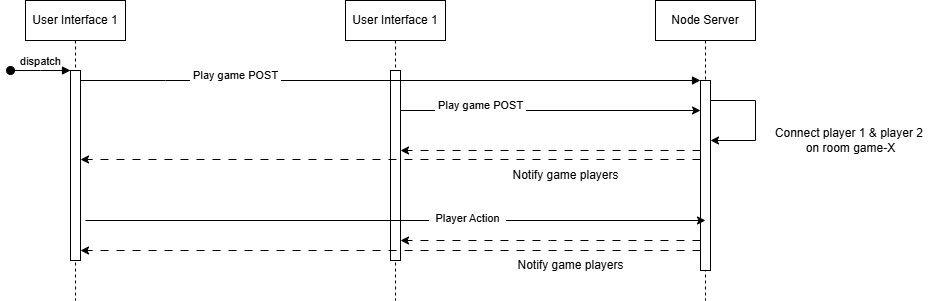
Before: game-schema.drawio.png, a diagram exported from draw.io (theoahga/asi-csbm-2). Source tidied: cells renumbered, new cells last; positions are measured from the earlier drawing's top-left corner, leaving out a move shared by most shapes. Source of this version:
```xml
<mxGraphModel>
  <root>
    <mxCell id="0" />
    <mxCell id="1" parent="0" />
    <mxCell id="2" value="User Interface 1" style="shape=umlLifeline;perimeter=lifelinePerimeter;whiteSpace=wrap;html=1;newEdgeStyle={&quot;edgeStyle&quot;:&quot;elbowEdgeStyle&quot;,&quot;elbow&quot;:&quot;vertical&quot;,&quot;curved&quot;:0,&quot;rounded&quot;:0};" parent="1" vertex="1">
      <mxGeometry x="335" width="100" height="300" as="geometry" />
    </mxCell>
    <mxCell id="3" style="html=1;points=[];perimeter=orthogonalPerimeter;outlineConnect=0;targetShapes=umlLifeline;portConstraint=eastwest;newEdgeStyle={&quot;edgeStyle&quot;:&quot;elbowEdgeStyle&quot;,&quot;elbow&quot;:&quot;vertical&quot;,&quot;curved&quot;:0,&quot;rounded&quot;:0};" parent="2" vertex="1">
      <mxGeometry x="45" y="70" width="10" height="190" as="geometry" />
    </mxCell>
    <mxCell id="4" value="User Interface 1" style="shape=umlLifeline;perimeter=lifelinePerimeter;whiteSpace=wrap;html=1;newEdgeStyle={&quot;edgeStyle&quot;:&quot;elbowEdgeStyle&quot;,&quot;elbow&quot;:&quot;vertical&quot;,&quot;curved&quot;:0,&quot;rounded&quot;:0};" parent="1" vertex="1">
      <mxGeometry x="15" width="100" height="300" as="geometry" />
    </mxCell>
    <mxCell id="5" style="html=1;points=[];perimeter=orthogonalPerimeter;outlineConnect=0;targetShapes=umlLifeline;portConstraint=eastwest;newEdgeStyle={&quot;edgeStyle&quot;:&quot;elbowEdgeStyle&quot;,&quot;elbow&quot;:&quot;vertical&quot;,&quot;curved&quot;:0,&quot;rounded&quot;:0};" parent="4" vertex="1">
      <mxGeometry x="45" y="70" width="10" height="190" as="geometry" />
    </mxCell>
    <mxCell id="6" value="dispatch" style="html=1;verticalAlign=bottom;startArrow=oval;endArrow=block;startSize=8;edgeStyle=elbowEdgeStyle;elbow=vertical;curved=0;rounded=0;" parent="4" edge="1" target="5">
      <mxGeometry relative="1" as="geometry">
        <mxPoint x="-15" y="70" as="sourcePoint" />
      </mxGeometry>
    </mxCell>
    <mxCell id="7" value="Node Server" style="shape=umlLifeline;perimeter=lifelinePerimeter;whiteSpace=wrap;html=1;newEdgeStyle={&quot;edgeStyle&quot;:&quot;elbowEdgeStyle&quot;,&quot;elbow&quot;:&quot;vertical&quot;,&quot;curved&quot;:0,&quot;rounded&quot;:0};" parent="1" vertex="1">
      <mxGeometry x="645" width="100" height="300" as="geometry" />
    </mxCell>
    <mxCell id="8" style="html=1;points=[];perimeter=orthogonalPerimeter;outlineConnect=0;targetShapes=umlLifeline;portConstraint=eastwest;newEdgeStyle={&quot;edgeStyle&quot;:&quot;elbowEdgeStyle&quot;,&quot;elbow&quot;:&quot;vertical&quot;,&quot;curved&quot;:0,&quot;rounded&quot;:0};" parent="7" vertex="1">
      <mxGeometry x="45" y="80" width="10" height="190" as="geometry" />
    </mxCell>
    <mxCell id="9" style="endArrow=classic;html=1;rounded=0;" parent="7" edge="1">
      <mxGeometry relative="1" as="geometry">
        <mxPoint x="55" y="100" as="sourcePoint" />
        <mxPoint x="55" y="140" as="targetPoint" />
        <Array as="points">
          <mxPoint x="100" y="100" />
          <mxPoint x="100" y="140" />
        </Array>
      </mxGeometry>
    </mxCell>
    <mxCell id="10" style="html=1;verticalAlign=bottom;endArrow=block;edgeStyle=elbowEdgeStyle;elbow=horizontal;curved=0;rounded=0;" parent="1" edge="1" source="5" target="8">
      <mxGeometry relative="1" as="geometry">
        <Array as="points">
          <mxPoint x="155" y="80" />
        </Array>
      </mxGeometry>
    </mxCell>
    <mxCell id="11" value="&lt;span style=&quot;font-size: 11px; background-color: rgb(255, 255, 255);&quot;&gt;&amp;nbsp;Play game POST&amp;nbsp;&lt;/span&gt;" style="text;html=1;align=center;verticalAlign=middle;strokeColor=none;fillColor=none;" parent="1" vertex="1">
      <mxGeometry x="170" y="60" width="110" height="30" as="geometry" />
    </mxCell>
    <mxCell id="12" style="endArrow=classic;html=1;rounded=0;" parent="1" edge="1">
      <mxGeometry relative="1" as="geometry">
        <mxPoint x="390" y="110" as="sourcePoint" />
        <mxPoint x="690" y="110" as="targetPoint" />
      </mxGeometry>
    </mxCell>
    <mxCell id="13" value="&lt;span style=&quot;font-size: 11px; background-color: rgb(255, 255, 255);&quot;&gt;&amp;nbsp;Play game POST&amp;nbsp;&lt;/span&gt;" style="text;html=1;align=center;verticalAlign=middle;strokeColor=none;fillColor=none;" parent="1" vertex="1">
      <mxGeometry x="415" y="90" width="110" height="30" as="geometry" />
    </mxCell>
    <mxCell id="14" value="Connect player 1 &amp;amp; player 2&amp;nbsp;&lt;div&gt;on room game-X&lt;/div&gt;" style="text;html=1;align=center;verticalAlign=middle;strokeColor=none;fillColor=none;" parent="1" vertex="1">
      <mxGeometry x="755" y="120" width="170" height="40" as="geometry" />
    </mxCell>
    <mxCell id="15" style="endArrow=classic;html=1;rounded=0;dashed=1;dashPattern=8 8;" parent="1" edge="1">
      <mxGeometry relative="1" as="geometry">
        <mxPoint x="690" y="159" as="sourcePoint" />
        <mxPoint x="70" y="159" as="targetPoint" />
      </mxGeometry>
    </mxCell>
    <mxCell id="16" style="endArrow=classic;html=1;rounded=0;dashed=1;dashPattern=8 8;" parent="1" edge="1" source="8" target="3">
      <mxGeometry relative="1" as="geometry">
        <Array as="points">
          <mxPoint x="535" y="150" />
        </Array>
      </mxGeometry>
    </mxCell>
    <mxCell id="17" value="Notify game players" style="text;html=1;align=center;verticalAlign=middle;strokeColor=none;fillColor=none;" parent="1" vertex="1">
      <mxGeometry x="490" y="160" width="130" height="30" as="geometry" />
    </mxCell>
    <mxCell id="18" style="endArrow=classic;html=1;rounded=0;" parent="1" edge="1">
      <mxGeometry relative="1" as="geometry">
        <mxPoint x="75" y="220" as="sourcePoint" />
        <mxPoint x="695" y="220" as="targetPoint" />
      </mxGeometry>
    </mxCell>
    <mxCell id="19" value="&amp;nbsp; Player Action&amp;nbsp;&amp;nbsp;" style="edgeLabel;html=1;align=center;verticalAlign=middle;" parent="18" vertex="1">
      <mxGeometry x="0.23" y="3" relative="1" as="geometry" />
    </mxCell>
    <mxCell id="20" style="endArrow=classic;html=1;rounded=0;dashed=1;dashPattern=8 8;" parent="1" edge="1">
      <mxGeometry relative="1" as="geometry">
        <mxPoint x="690" y="250" as="sourcePoint" />
        <mxPoint x="70" y="250" as="targetPoint" />
      </mxGeometry>
    </mxCell>
    <mxCell id="21" style="endArrow=classic;html=1;rounded=0;dashed=1;dashPattern=8 8;" parent="1" edge="1" source="8" target="3">
      <mxGeometry relative="1" as="geometry">
        <Array as="points">
          <mxPoint x="540" y="240" />
        </Array>
      </mxGeometry>
    </mxCell>
    <mxCell id="22" value="Notify game players" style="text;html=1;align=center;verticalAlign=middle;strokeColor=none;fillColor=none;" parent="1" vertex="1">
      <mxGeometry x="495" y="250" width="130" height="30" as="geometry" />
    </mxCell>
  </root>
</mxGraphModel>
```
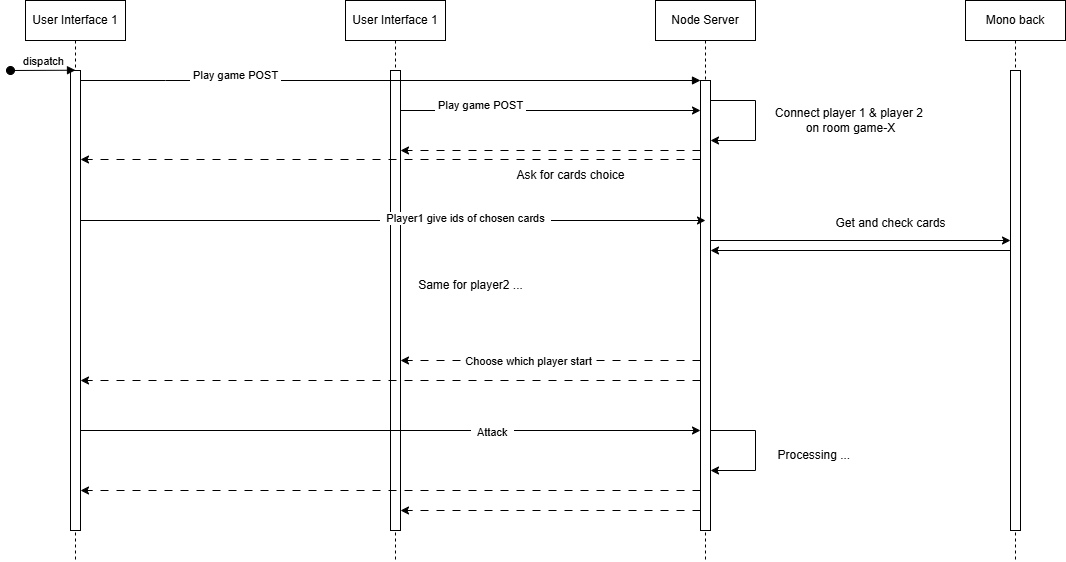
After the change.

Change to the diagram source:
```diff
@@ -3,16 +3,16 @@
     <mxCell id="0" />
     <mxCell id="1" parent="0" />
     <mxCell id="2" value="User Interface 1" style="shape=umlLifeline;perimeter=lifelinePerimeter;whiteSpace=wrap;html=1;newEdgeStyle={&quot;edgeStyle&quot;:&quot;elbowEdgeStyle&quot;,&quot;elbow&quot;:&quot;vertical&quot;,&quot;curved&quot;:0,&quot;rounded&quot;:0};" parent="1" vertex="1">
-      <mxGeometry x="335" width="100" height="300" as="geometry" />
+      <mxGeometry x="335" width="100" height="560" as="geometry" />
     </mxCell>
     <mxCell id="3" style="html=1;points=[];perimeter=orthogonalPerimeter;outlineConnect=0;targetShapes=umlLifeline;portConstraint=eastwest;newEdgeStyle={&quot;edgeStyle&quot;:&quot;elbowEdgeStyle&quot;,&quot;elbow&quot;:&quot;vertical&quot;,&quot;curved&quot;:0,&quot;rounded&quot;:0};" parent="2" vertex="1">
-      <mxGeometry x="45" y="70" width="10" height="190" as="geometry" />
+      <mxGeometry x="45" y="70" width="10" height="460" as="geometry" />
     </mxCell>
     <mxCell id="4" value="User Interface 1" style="shape=umlLifeline;perimeter=lifelinePerimeter;whiteSpace=wrap;html=1;newEdgeStyle={&quot;edgeStyle&quot;:&quot;elbowEdgeStyle&quot;,&quot;elbow&quot;:&quot;vertical&quot;,&quot;curved&quot;:0,&quot;rounded&quot;:0};" parent="1" vertex="1">
-      <mxGeometry x="15" width="100" height="300" as="geometry" />
+      <mxGeometry x="15" width="100" height="560" as="geometry" />
     </mxCell>
     <mxCell id="5" style="html=1;points=[];perimeter=orthogonalPerimeter;outlineConnect=0;targetShapes=umlLifeline;portConstraint=eastwest;newEdgeStyle={&quot;edgeStyle&quot;:&quot;elbowEdgeStyle&quot;,&quot;elbow&quot;:&quot;vertical&quot;,&quot;curved&quot;:0,&quot;rounded&quot;:0};" parent="4" vertex="1">
-      <mxGeometry x="45" y="70" width="10" height="190" as="geometry" />
+      <mxGeometry x="45" y="70" width="10" height="460" as="geometry" />
     </mxCell>
     <mxCell id="6" value="dispatch" style="html=1;verticalAlign=bottom;startArrow=oval;endArrow=block;startSize=8;edgeStyle=elbowEdgeStyle;elbow=vertical;curved=0;rounded=0;" parent="4" edge="1" target="5">
       <mxGeometry relative="1" as="geometry">
@@ -20,10 +20,10 @@
       </mxGeometry>
     </mxCell>
     <mxCell id="7" value="Node Server" style="shape=umlLifeline;perimeter=lifelinePerimeter;whiteSpace=wrap;html=1;newEdgeStyle={&quot;edgeStyle&quot;:&quot;elbowEdgeStyle&quot;,&quot;elbow&quot;:&quot;vertical&quot;,&quot;curved&quot;:0,&quot;rounded&quot;:0};" parent="1" vertex="1">
-      <mxGeometry x="645" width="100" height="300" as="geometry" />
+      <mxGeometry x="645" width="100" height="560" as="geometry" />
     </mxCell>
     <mxCell id="8" style="html=1;points=[];perimeter=orthogonalPerimeter;outlineConnect=0;targetShapes=umlLifeline;portConstraint=eastwest;newEdgeStyle={&quot;edgeStyle&quot;:&quot;elbowEdgeStyle&quot;,&quot;elbow&quot;:&quot;vertical&quot;,&quot;curved&quot;:0,&quot;rounded&quot;:0};" parent="7" vertex="1">
-      <mxGeometry x="45" y="80" width="10" height="190" as="geometry" />
+      <mxGeometry x="45" y="80" width="10" height="450" as="geometry" />
     </mxCell>
     <mxCell id="9" style="endArrow=classic;html=1;rounded=0;" parent="7" edge="1">
       <mxGeometry relative="1" as="geometry">
@@ -55,7 +55,7 @@
       <mxGeometry x="415" y="90" width="110" height="30" as="geometry" />
     </mxCell>
     <mxCell id="14" value="Connect player 1 &amp;amp; player 2&amp;nbsp;&lt;div&gt;on room game-X&lt;/div&gt;" style="text;html=1;align=center;verticalAlign=middle;strokeColor=none;fillColor=none;" parent="1" vertex="1">
-      <mxGeometry x="755" y="120" width="170" height="40" as="geometry" />
+      <mxGeometry x="755" y="100" width="170" height="40" as="geometry" />
     </mxCell>
     <mxCell id="15" style="endArrow=classic;html=1;rounded=0;dashed=1;dashPattern=8 8;" parent="1" edge="1">
       <mxGeometry relative="1" as="geometry">
@@ -70,33 +70,89 @@
         </Array>
       </mxGeometry>
     </mxCell>
-    <mxCell id="17" value="Notify game players" style="text;html=1;align=center;verticalAlign=middle;strokeColor=none;fillColor=none;" parent="1" vertex="1">
-      <mxGeometry x="490" y="160" width="130" height="30" as="geometry" />
+    <mxCell id="17" value="Ask for cards choice" style="text;html=1;align=center;verticalAlign=middle;strokeColor=none;fillColor=none;" parent="1" vertex="1">
+      <mxGeometry x="495" y="160" width="130" height="30" as="geometry" />
     </mxCell>
-    <mxCell id="18" style="endArrow=classic;html=1;rounded=0;" parent="1" edge="1">
+    <mxCell id="18" style="endArrow=classic;html=1;rounded=0;" parent="1" edge="1" source="5">
       <mxGeometry relative="1" as="geometry">
-        <mxPoint x="75" y="220" as="sourcePoint" />
         <mxPoint x="695" y="220" as="targetPoint" />
       </mxGeometry>
     </mxCell>
-    <mxCell id="19" value="&amp;nbsp; Player Action&amp;nbsp;&amp;nbsp;" style="edgeLabel;html=1;align=center;verticalAlign=middle;" parent="18" vertex="1">
+    <mxCell id="19" value="&amp;nbsp; Player1 give ids of chosen cards&amp;nbsp;&amp;nbsp;" style="edgeLabel;html=1;align=center;verticalAlign=middle;" parent="18" vertex="1">
       <mxGeometry x="0.23" y="3" relative="1" as="geometry" />
     </mxCell>
-    <mxCell id="20" style="endArrow=classic;html=1;rounded=0;dashed=1;dashPattern=8 8;" parent="1" edge="1">
-      <mxGeometry relative="1" as="geometry">
-        <mxPoint x="690" y="250" as="sourcePoint" />
-        <mxPoint x="70" y="250" as="targetPoint" />
-      </mxGeometry>
-    </mxCell>
-    <mxCell id="21" style="endArrow=classic;html=1;rounded=0;dashed=1;dashPattern=8 8;" parent="1" edge="1" source="8" target="3">
-      <mxGeometry relative="1" as="geometry">
-        <Array as="points">
-          <mxPoint x="540" y="240" />
-        </Array>
-      </mxGeometry>
-    </mxCell>
-    <mxCell id="22" value="Notify game players" style="text;html=1;align=center;verticalAlign=middle;strokeColor=none;fillColor=none;" parent="1" vertex="1">
-      <mxGeometry x="495" y="250" width="130" height="30" as="geometry" />
-    </mxCell>
+    <mxCell id="23" value="Mono back" style="shape=umlLifeline;perimeter=lifelinePerimeter;whiteSpace=wrap;html=1;newEdgeStyle={&quot;edgeStyle&quot;:&quot;elbowEdgeStyle&quot;,&quot;elbow&quot;:&quot;vertical&quot;,&quot;curved&quot;:0,&quot;rounded&quot;:0};" parent="1" vertex="1">
+      <mxGeometry x="955" width="100" height="560" as="geometry" />
+    </mxCell>
+    <mxCell id="24" style="html=1;perimeter=orthogonalPerimeter;targetShapes=umlLifeline;newEdgeStyle={&quot;edgeStyle&quot;:&quot;elbowEdgeStyle&quot;,&quot;elbow&quot;:&quot;vertical&quot;,&quot;curved&quot;:0,&quot;rounded&quot;:0};" parent="23" vertex="1">
+      <mxGeometry x="45" y="70" width="10" height="460" as="geometry" />
+    </mxCell>
+    <mxCell id="25" style="endArrow=classic;html=1;rounded=0;" parent="1" edge="1">
+      <mxGeometry relative="1" as="geometry">
+        <mxPoint x="700" y="240" as="sourcePoint" />
+        <mxPoint x="1000" y="240" as="targetPoint" />
+      </mxGeometry>
+    </mxCell>
+    <mxCell id="26" style="endArrow=classic;html=1;rounded=0;" parent="1" edge="1">
+      <mxGeometry relative="1" as="geometry">
+        <mxPoint x="1000" y="250" as="sourcePoint" />
+        <mxPoint x="700" y="250" as="targetPoint" />
+      </mxGeometry>
+    </mxCell>
+    <mxCell id="27" value="Get and check cards" style="text;html=1;align=center;verticalAlign=middle;strokeColor=none;fillColor=none;" parent="1" vertex="1">
+      <mxGeometry x="815" y="208" width="130" height="30" as="geometry" />
+    </mxCell>
+    <mxCell id="28" value="Same for player2 ..." style="text;html=1;align=center;verticalAlign=middle;strokeColor=none;fillColor=none;" parent="1" vertex="1">
+      <mxGeometry x="395" y="270" width="130" height="30" as="geometry" />
+    </mxCell>
+    <mxCell id="29" style="endArrow=classic;html=1;rounded=0;dashed=1;dashPattern=8 8;" parent="1" edge="1">
+      <mxGeometry relative="1" as="geometry">
+        <mxPoint x="690" y="360" as="sourcePoint" />
+        <mxPoint x="390" y="360" as="targetPoint" />
+      </mxGeometry>
+    </mxCell>
+    <mxCell id="30" value="Choose which player start" style="edgeLabel;html=1;align=center;verticalAlign=middle;" parent="29" vertex="1">
+      <mxGeometry x="0.15" relative="1" as="geometry" />
+    </mxCell>
+    <mxCell id="31" style="endArrow=classic;html=1;rounded=0;dashed=1;dashPattern=8 8;" parent="1" edge="1">
+      <mxGeometry relative="1" as="geometry">
+        <mxPoint x="690" y="380" as="sourcePoint" />
+        <mxPoint x="70" y="380" as="targetPoint" />
+      </mxGeometry>
+    </mxCell>
+    <mxCell id="32" style="endArrow=classic;html=1;rounded=0;" parent="1" edge="1">
+      <mxGeometry relative="1" as="geometry">
+        <mxPoint x="70" y="430" as="sourcePoint" />
+        <mxPoint x="690" y="430" as="targetPoint" />
+      </mxGeometry>
+    </mxCell>
+    <mxCell id="33" value="&amp;nbsp; Attack&amp;nbsp;&amp;nbsp;" style="edgeLabel;html=1;align=center;verticalAlign=middle;" parent="32" vertex="1">
+      <mxGeometry x="0.33" y="-1" relative="1" as="geometry" />
+    </mxCell>
+    <mxCell id="34" style="endArrow=classic;html=1;rounded=0;" parent="1" edge="1">
+      <mxGeometry relative="1" as="geometry">
+        <mxPoint x="700" y="430" as="sourcePoint" />
+        <mxPoint x="700" y="470" as="targetPoint" />
+        <Array as="points">
+          <mxPoint x="745" y="430" />
+          <mxPoint x="745" y="470" />
+        </Array>
+      </mxGeometry>
+    </mxCell>
+    <mxCell id="35" value="Processing ...&amp;nbsp;" style="text;html=1;align=center;verticalAlign=middle;strokeColor=none;fillColor=none;" parent="1" vertex="1">
+      <mxGeometry x="755" y="440" width="100" height="30" as="geometry" />
+    </mxCell>
+    <mxCell id="36" style="endArrow=classic;html=1;rounded=0;dashed=1;dashPattern=8 8;" parent="1" edge="1">
+      <mxGeometry relative="1" as="geometry">
+        <mxPoint x="690" y="490" as="sourcePoint" />
+        <mxPoint x="70" y="490" as="targetPoint" />
+      </mxGeometry>
+    </mxCell>
+    <mxCell id="37" style="endArrow=classic;html=1;rounded=0;dashed=1;dashPattern=8 8;" parent="1" edge="1">
+      <mxGeometry relative="1" as="geometry">
+        <mxPoint x="690" y="510" as="sourcePoint" />
+        <mxPoint x="390" y="510" as="targetPoint" />
+      </mxGeometry>
+    </mxCell>
   </root>
 </mxGraphModel>
```
